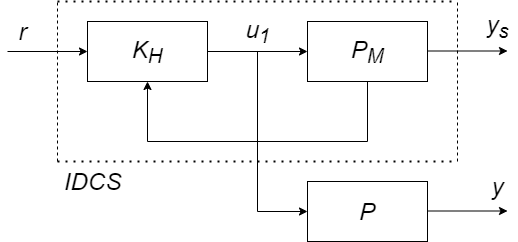
Before: tex/figure/IDCS_block.png, a diagram exported from draw.io (natsunakagawa/VDlab_thesis). Source tidied: cells renumbered, new cells last; positions are measured from the earlier drawing's top-left corner, leaving out a move shared by most shapes. Its diagram source:
```xml
<mxGraphModel>
  <root>
    <mxCell id="0" />
    <mxCell id="1" parent="0" />
    <mxCell id="2" style="edgeStyle=orthogonalEdgeStyle;rounded=0;jettySize=auto;html=1;" parent="1" edge="1" source="3" target="4">
      <mxGeometry relative="1" as="geometry" />
    </mxCell>
    <mxCell id="3" value="&lt;font style=&quot;font-size: 24px&quot;&gt;&lt;i&gt;K&lt;sub&gt;H&lt;/sub&gt;&lt;/i&gt;&lt;/font&gt;" style="rounded=0;whiteSpace=wrap;html=1;" parent="1" vertex="1">
      <mxGeometry x="80" y="20" width="120" height="60" as="geometry" />
    </mxCell>
    <mxCell id="4" value="&lt;span style=&quot;font-size: 24px&quot;&gt;&lt;i&gt;P&lt;sub&gt;M&lt;/sub&gt;&lt;/i&gt;&lt;/span&gt;" style="rounded=0;whiteSpace=wrap;html=1;" parent="1" vertex="1">
      <mxGeometry x="300" y="20" width="120" height="60" as="geometry" />
    </mxCell>
    <mxCell id="5" style="endArrow=classic;html=1;entryX=0;entryY=0.5;entryDx=0;entryDy=0;" parent="1" edge="1" target="3">
      <mxGeometry relative="1" as="geometry">
        <mxPoint y="50" as="sourcePoint" />
      </mxGeometry>
    </mxCell>
    <mxCell id="6" style="endArrow=classic;html=1;entryX=0;entryY=0.5;entryDx=0;entryDy=0;" parent="1" edge="1">
      <mxGeometry relative="1" as="geometry">
        <mxPoint x="420" y="49.5" as="sourcePoint" />
        <mxPoint x="500" y="49.5" as="targetPoint" />
      </mxGeometry>
    </mxCell>
    <mxCell id="7" style="endArrow=classic;html=1;entryX=0.5;entryY=1;entryDx=0;entryDy=0;" parent="1" edge="1" target="3">
      <mxGeometry relative="1" as="geometry">
        <mxPoint x="140" y="140" as="sourcePoint" />
      </mxGeometry>
    </mxCell>
    <mxCell id="8" style="endArrow=none;html=1;" parent="1" edge="1">
      <mxGeometry relative="1" as="geometry">
        <mxPoint x="140" y="140" as="sourcePoint" />
        <mxPoint x="360" y="140" as="targetPoint" />
      </mxGeometry>
    </mxCell>
    <mxCell id="9" style="endArrow=none;html=1;entryX=0.5;entryY=1;entryDx=0;entryDy=0;" parent="1" edge="1" target="4">
      <mxGeometry relative="1" as="geometry">
        <mxPoint x="360" y="140" as="sourcePoint" />
      </mxGeometry>
    </mxCell>
    <mxCell id="10" style="endArrow=none;html=1;entryX=0.5;entryY=1;entryDx=0;entryDy=0;" parent="1" edge="1">
      <mxGeometry relative="1" as="geometry">
        <mxPoint x="250" y="210" as="sourcePoint" />
        <mxPoint x="250" y="50" as="targetPoint" />
      </mxGeometry>
    </mxCell>
    <mxCell id="11" style="endArrow=classic;html=1;entryX=0;entryY=0.5;entryDx=0;entryDy=0;" parent="1" edge="1" target="12">
      <mxGeometry relative="1" as="geometry">
        <mxPoint x="250" y="210" as="sourcePoint" />
      </mxGeometry>
    </mxCell>
    <mxCell id="12" value="&lt;span style=&quot;font-size: 24px&quot;&gt;&lt;i&gt;P&lt;/i&gt;&lt;/span&gt;" style="rounded=0;whiteSpace=wrap;html=1;" parent="1" vertex="1">
      <mxGeometry x="300" y="180" width="120" height="60" as="geometry" />
    </mxCell>
    <mxCell id="13" style="endArrow=classic;html=1;entryX=0;entryY=0.5;entryDx=0;entryDy=0;" parent="1" edge="1">
      <mxGeometry relative="1" as="geometry">
        <mxPoint x="420" y="209.5" as="sourcePoint" />
        <mxPoint x="500" y="209.5" as="targetPoint" />
      </mxGeometry>
    </mxCell>
    <mxCell id="14" value="&lt;i&gt;&lt;font style=&quot;font-size: 24px&quot;&gt;u&lt;sub&gt;1&lt;/sub&gt;&lt;/font&gt;&lt;/i&gt;" style="text;html=1;align=center;verticalAlign=middle;" parent="1" vertex="1">
      <mxGeometry x="230" y="15" width="40" height="30" as="geometry" />
    </mxCell>
    <mxCell id="15" value="&lt;i&gt;&lt;font style=&quot;font-size: 24px&quot;&gt;y&lt;sub&gt;s&lt;/sub&gt;&lt;/font&gt;&lt;/i&gt;" style="text;html=1;align=center;verticalAlign=middle;" parent="1" vertex="1">
      <mxGeometry x="470" y="10" width="40" height="30" as="geometry" />
    </mxCell>
    <mxCell id="16" value="&lt;i&gt;&lt;font style=&quot;font-size: 24px&quot;&gt;y&lt;/font&gt;&lt;/i&gt;" style="text;html=1;align=center;verticalAlign=middle;" parent="1" vertex="1">
      <mxGeometry x="475" y="175" width="30" height="20" as="geometry" />
    </mxCell>
    <mxCell id="17" value="&lt;i&gt;&lt;font style=&quot;font-size: 24px&quot;&gt;r&lt;/font&gt;&lt;/i&gt;" style="text;html=1;align=center;verticalAlign=middle;" parent="1" vertex="1">
      <mxGeometry x="5" y="20" width="20" height="20" as="geometry" />
    </mxCell>
    <mxCell id="18" style="endArrow=none;dashed=1;html=1;" parent="1" edge="1">
      <mxGeometry relative="1" as="geometry">
        <mxPoint x="50" y="160" as="sourcePoint" />
        <mxPoint x="50" as="targetPoint" />
      </mxGeometry>
    </mxCell>
    <mxCell id="19" style="endArrow=none;dashed=1;html=1;dashPattern=1 3;strokeWidth=2;" parent="1" edge="1">
      <mxGeometry relative="1" as="geometry">
        <mxPoint x="50" y="160" as="sourcePoint" />
        <mxPoint x="450" y="160" as="targetPoint" />
      </mxGeometry>
    </mxCell>
    <mxCell id="20" style="endArrow=none;dashed=1;html=1;dashPattern=1 3;strokeWidth=2;" parent="1" edge="1">
      <mxGeometry relative="1" as="geometry">
        <mxPoint x="50" as="sourcePoint" />
        <mxPoint x="450" as="targetPoint" />
      </mxGeometry>
    </mxCell>
    <mxCell id="21" style="endArrow=none;dashed=1;html=1;" parent="1" edge="1">
      <mxGeometry relative="1" as="geometry">
        <mxPoint x="450" y="160" as="sourcePoint" />
        <mxPoint x="450" as="targetPoint" />
      </mxGeometry>
    </mxCell>
    <mxCell id="22" value="&lt;i&gt;&lt;font style=&quot;font-size: 24px&quot;&gt;IDCS&lt;/font&gt;&lt;/i&gt;" style="text;html=1;align=center;verticalAlign=middle;" parent="1" vertex="1">
      <mxGeometry x="50" y="170" width="70" height="20" as="geometry" />
    </mxCell>
  </root>
</mxGraphModel>
```
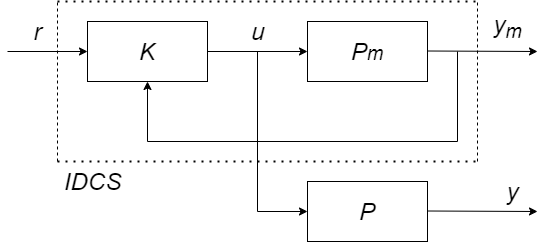
The same file after the commit.

Diff of the diagram source:
```diff
@@ -5,10 +5,10 @@
     <mxCell id="2" style="edgeStyle=orthogonalEdgeStyle;rounded=0;jettySize=auto;html=1;" parent="1" edge="1" source="3" target="4">
       <mxGeometry relative="1" as="geometry" />
     </mxCell>
-    <mxCell id="3" value="&lt;font style=&quot;font-size: 24px&quot;&gt;&lt;i&gt;K&lt;sub&gt;H&lt;/sub&gt;&lt;/i&gt;&lt;/font&gt;" style="rounded=0;whiteSpace=wrap;html=1;" parent="1" vertex="1">
+    <mxCell id="3" value="&lt;font style=&quot;font-size: 24px&quot;&gt;&lt;i&gt;K&lt;/i&gt;&lt;/font&gt;" style="rounded=0;whiteSpace=wrap;html=1;" parent="1" vertex="1">
       <mxGeometry x="80" y="20" width="120" height="60" as="geometry" />
     </mxCell>
-    <mxCell id="4" value="&lt;span style=&quot;font-size: 24px&quot;&gt;&lt;i&gt;P&lt;sub&gt;M&lt;/sub&gt;&lt;/i&gt;&lt;/span&gt;" style="rounded=0;whiteSpace=wrap;html=1;" parent="1" vertex="1">
+    <mxCell id="4" value="&lt;i&gt;&lt;span style=&quot;font-size: 24px&quot;&gt;P&lt;/span&gt;&lt;span style=&quot;font-size: 20px&quot;&gt;m&lt;/span&gt;&lt;/i&gt;" style="rounded=0;whiteSpace=wrap;html=1;" parent="1" vertex="1">
       <mxGeometry x="300" y="20" width="120" height="60" as="geometry" />
     </mxCell>
     <mxCell id="5" style="endArrow=classic;html=1;entryX=0;entryY=0.5;entryDx=0;entryDy=0;" parent="1" edge="1" target="3">
@@ -16,10 +16,10 @@
         <mxPoint y="50" as="sourcePoint" />
       </mxGeometry>
     </mxCell>
-    <mxCell id="6" style="endArrow=classic;html=1;entryX=0;entryY=0.5;entryDx=0;entryDy=0;" parent="1" edge="1">
+    <mxCell id="6" style="endArrow=classic;html=1;" parent="1" edge="1">
       <mxGeometry relative="1" as="geometry">
         <mxPoint x="420" y="49.5" as="sourcePoint" />
-        <mxPoint x="500" y="49.5" as="targetPoint" />
+        <mxPoint x="530" y="50" as="targetPoint" />
       </mxGeometry>
     </mxCell>
     <mxCell id="7" style="endArrow=classic;html=1;entryX=0.5;entryY=1;entryDx=0;entryDy=0;" parent="1" edge="1" target="3">
@@ -30,12 +30,13 @@
     <mxCell id="8" style="endArrow=none;html=1;" parent="1" edge="1">
       <mxGeometry relative="1" as="geometry">
         <mxPoint x="140" y="140" as="sourcePoint" />
-        <mxPoint x="360" y="140" as="targetPoint" />
+        <mxPoint x="450" y="140" as="targetPoint" />
       </mxGeometry>
     </mxCell>
-    <mxCell id="9" style="endArrow=none;html=1;entryX=0.5;entryY=1;entryDx=0;entryDy=0;" parent="1" edge="1" target="4">
+    <mxCell id="9" style="endArrow=none;html=1;" parent="1" edge="1">
       <mxGeometry relative="1" as="geometry">
-        <mxPoint x="360" y="140" as="sourcePoint" />
+        <mxPoint x="450" y="140" as="sourcePoint" />
+        <mxPoint x="450" y="50" as="targetPoint" />
       </mxGeometry>
     </mxCell>
     <mxCell id="10" style="endArrow=none;html=1;entryX=0.5;entryY=1;entryDx=0;entryDy=0;" parent="1" edge="1">
@@ -52,23 +53,23 @@
     <mxCell id="12" value="&lt;span style=&quot;font-size: 24px&quot;&gt;&lt;i&gt;P&lt;/i&gt;&lt;/span&gt;" style="rounded=0;whiteSpace=wrap;html=1;" parent="1" vertex="1">
       <mxGeometry x="300" y="180" width="120" height="60" as="geometry" />
     </mxCell>
-    <mxCell id="13" style="endArrow=classic;html=1;entryX=0;entryY=0.5;entryDx=0;entryDy=0;" parent="1" edge="1">
+    <mxCell id="13" style="endArrow=classic;html=1;" parent="1" edge="1">
       <mxGeometry relative="1" as="geometry">
         <mxPoint x="420" y="209.5" as="sourcePoint" />
-        <mxPoint x="500" y="209.5" as="targetPoint" />
+        <mxPoint x="530" y="210" as="targetPoint" />
       </mxGeometry>
     </mxCell>
-    <mxCell id="14" value="&lt;i&gt;&lt;font style=&quot;font-size: 24px&quot;&gt;u&lt;sub&gt;1&lt;/sub&gt;&lt;/font&gt;&lt;/i&gt;" style="text;html=1;align=center;verticalAlign=middle;" parent="1" vertex="1">
-      <mxGeometry x="230" y="15" width="40" height="30" as="geometry" />
+    <mxCell id="14" value="&lt;i&gt;&lt;font style=&quot;font-size: 24px&quot;&gt;u&lt;/font&gt;&lt;/i&gt;" style="text;html=1;align=center;verticalAlign=middle;" parent="1" vertex="1">
+      <mxGeometry x="235" y="20" width="30" height="20" as="geometry" />
     </mxCell>
-    <mxCell id="15" value="&lt;i&gt;&lt;font style=&quot;font-size: 24px&quot;&gt;y&lt;sub&gt;s&lt;/sub&gt;&lt;/font&gt;&lt;/i&gt;" style="text;html=1;align=center;verticalAlign=middle;" parent="1" vertex="1">
-      <mxGeometry x="470" y="10" width="40" height="30" as="geometry" />
+    <mxCell id="15" value="&lt;i&gt;&lt;font style=&quot;font-size: 24px&quot;&gt;y&lt;sub&gt;m&lt;/sub&gt;&lt;/font&gt;&lt;/i&gt;" style="text;html=1;align=center;verticalAlign=middle;" parent="1" vertex="1">
+      <mxGeometry x="480" y="10" width="40" height="30" as="geometry" />
     </mxCell>
     <mxCell id="16" value="&lt;i&gt;&lt;font style=&quot;font-size: 24px&quot;&gt;y&lt;/font&gt;&lt;/i&gt;" style="text;html=1;align=center;verticalAlign=middle;" parent="1" vertex="1">
-      <mxGeometry x="475" y="175" width="30" height="20" as="geometry" />
+      <mxGeometry x="490" y="180" width="30" height="20" as="geometry" />
     </mxCell>
     <mxCell id="17" value="&lt;i&gt;&lt;font style=&quot;font-size: 24px&quot;&gt;r&lt;/font&gt;&lt;/i&gt;" style="text;html=1;align=center;verticalAlign=middle;" parent="1" vertex="1">
-      <mxGeometry x="5" y="20" width="20" height="20" as="geometry" />
+      <mxGeometry x="20" y="20" width="20" height="20" as="geometry" />
     </mxCell>
     <mxCell id="18" style="endArrow=none;dashed=1;html=1;" parent="1" edge="1">
       <mxGeometry relative="1" as="geometry">
@@ -79,19 +80,19 @@
     <mxCell id="19" style="endArrow=none;dashed=1;html=1;dashPattern=1 3;strokeWidth=2;" parent="1" edge="1">
       <mxGeometry relative="1" as="geometry">
         <mxPoint x="50" y="160" as="sourcePoint" />
-        <mxPoint x="450" y="160" as="targetPoint" />
+        <mxPoint x="470" y="160" as="targetPoint" />
       </mxGeometry>
     </mxCell>
     <mxCell id="20" style="endArrow=none;dashed=1;html=1;dashPattern=1 3;strokeWidth=2;" parent="1" edge="1">
       <mxGeometry relative="1" as="geometry">
         <mxPoint x="50" as="sourcePoint" />
-        <mxPoint x="450" as="targetPoint" />
+        <mxPoint x="470" as="targetPoint" />
       </mxGeometry>
     </mxCell>
     <mxCell id="21" style="endArrow=none;dashed=1;html=1;" parent="1" edge="1">
       <mxGeometry relative="1" as="geometry">
-        <mxPoint x="450" y="160" as="sourcePoint" />
-        <mxPoint x="450" as="targetPoint" />
+        <mxPoint x="470" y="160" as="sourcePoint" />
+        <mxPoint x="470" as="targetPoint" />
       </mxGeometry>
     </mxCell>
     <mxCell id="22" value="&lt;i&gt;&lt;font style=&quot;font-size: 24px&quot;&gt;IDCS&lt;/font&gt;&lt;/i&gt;" style="text;html=1;align=center;verticalAlign=middle;" parent="1" vertex="1">
```
